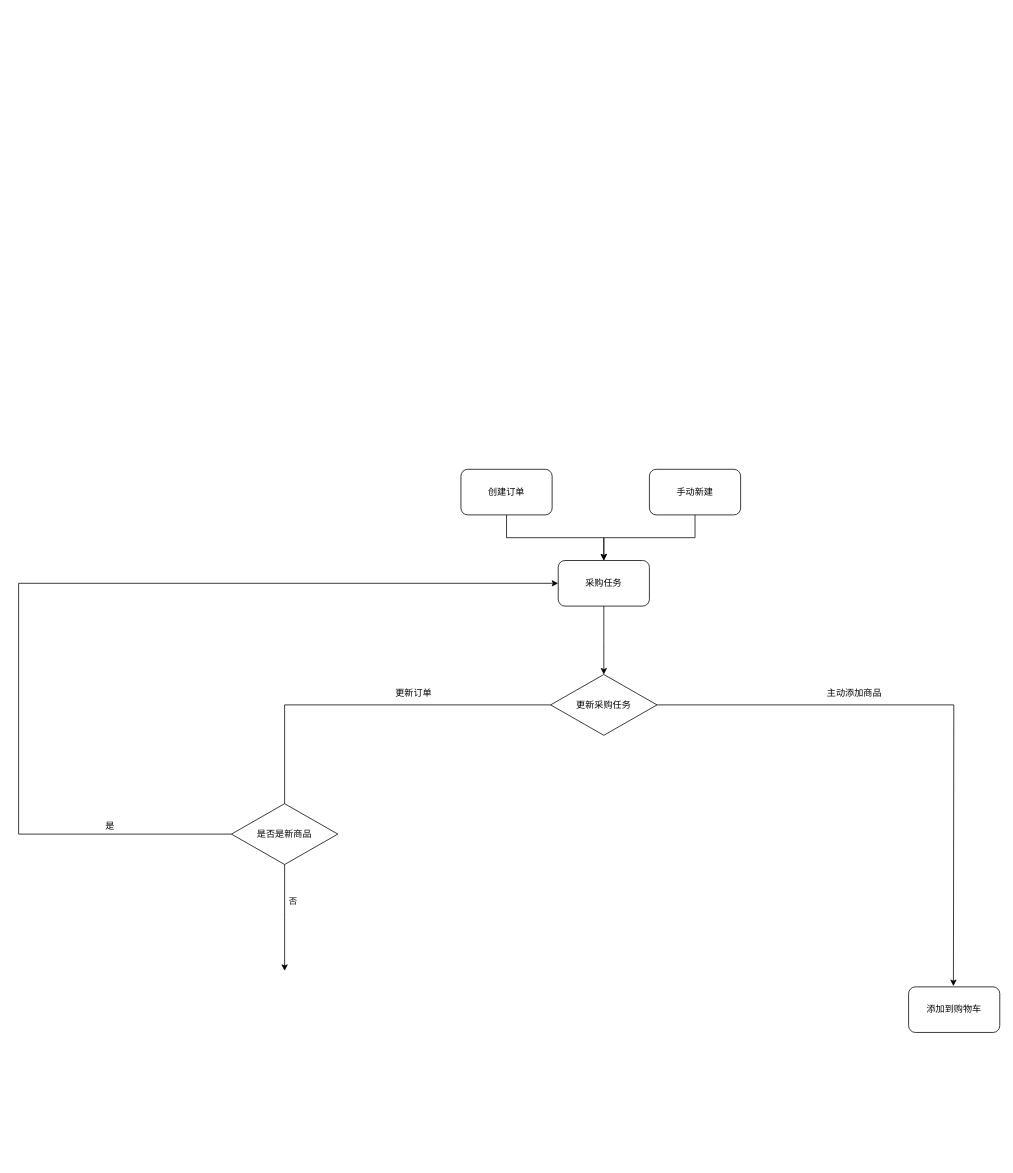
The draw.io diagram 轻巧版采购任务同步.drawio in pcorvoh/-warehouse, before the edit. Source tidied: cells renumbered, new cells numbered last; positions are measured from the earlier drawing's top-left corner, leaving out a move shared by most shapes. Both pictures are drawn from the tidied source at 76%, with x=0, y=0 at pixel (18, 469).
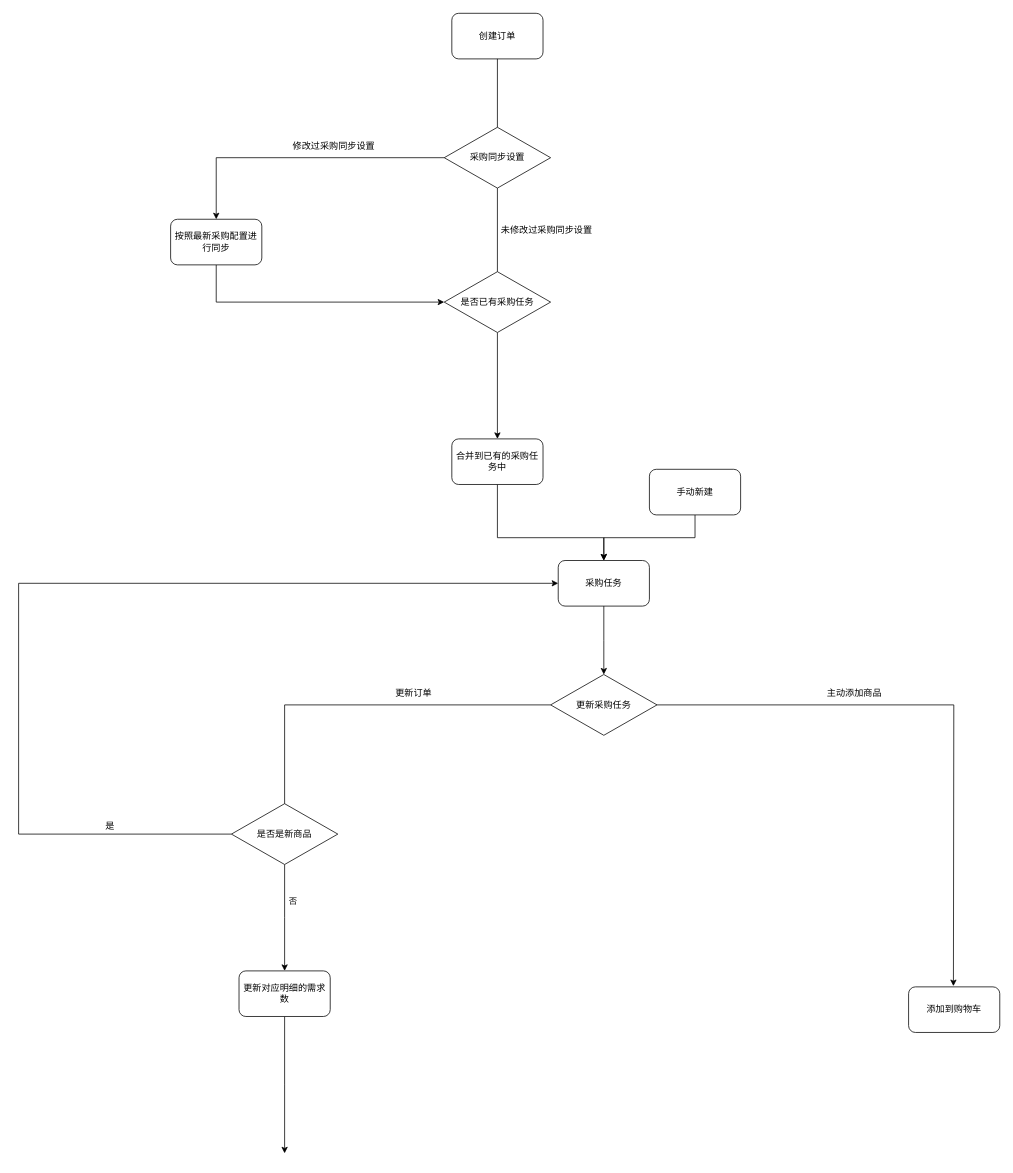
The same diagram, later.

Commit message:
更新轻巧版采购任务同步.drawio

The change refers to these unchanged cells:
```xml
<mxCell id="7" value="采购任务" style="rounded=1;whiteSpace=wrap;html=1;" parent="1" vertex="1">
  <mxGeometry x="710" y="120" width="120" height="60" as="geometry" />
</mxCell>
```

Change to the diagram source:
```diff
@@
-    <mxCell id="2" style="edgeStyle=orthogonalEdgeStyle;rounded=0;jettySize=auto;html=1;entryX=0.5;entryY=0;entryDx=0;entryDy=0;exitX=0.5;exitY=1;exitDx=0;exitDy=0;" parent="1" edge="1" source="3" target="7">
-      <mxGeometry relative="1" as="geometry" />
-    </mxCell>
     <mxCell id="3" value="创建订单" style="rounded=1;whiteSpace=wrap;html=1;" parent="1" vertex="1">
-      <mxGeometry x="582" width="120" height="60" as="geometry" />
+      <mxGeometry x="570" y="-600" width="120" height="60" as="geometry" />
     </mxCell>
@@
+    <mxCell id="19" style="edgeStyle=orthogonalEdgeStyle;rounded=0;jettySize=auto;html=1;" parent="1" edge="1" source="20">
+      <mxGeometry relative="1" as="geometry">
+        <mxPoint x="350" y="900" as="targetPoint" />
+      </mxGeometry>
+    </mxCell>
+    <mxCell id="20" value="更新对应明细的需求数" style="rounded=1;whiteSpace=wrap;html=1;" parent="1" vertex="1">
+      <mxGeometry x="290" y="660" width="120" height="60" as="geometry" />
+    </mxCell>
+    <mxCell id="21" style="edgeStyle=orthogonalEdgeStyle;rounded=0;jettySize=auto;html=1;entryX=0.5;entryY=0;entryDx=0;entryDy=0;" parent="1" edge="1" source="22" target="27">
+      <mxGeometry relative="1" as="geometry" />
+    </mxCell>
+    <mxCell id="22" value="采购同步设置" style="rhombus;whiteSpace=wrap;html=1;" parent="1" vertex="1">
+      <mxGeometry x="560" y="-450" width="140" height="80" as="geometry" />
+    </mxCell>
+    <mxCell id="23" style="edgeStyle=orthogonalEdgeStyle;rounded=0;jettySize=auto;html=1;entryX=0.5;entryY=0;entryDx=0;entryDy=0;exitX=0.5;exitY=1;exitDx=0;exitDy=0;endArrow=none;" parent="1" edge="1" source="3" target="22">
+      <mxGeometry relative="1" as="geometry" />
+    </mxCell>
+    <mxCell id="24" value="未修改过采购同步设置" style="text;html=1;strokeColor=none;fillColor=none;align=center;verticalAlign=middle;whiteSpace=wrap;rounded=0;" parent="1" vertex="1">
+      <mxGeometry x="630" y="-329" width="130" height="30" as="geometry" />
+    </mxCell>
+    <mxCell id="25" value="修改过采购同步设置" style="text;html=1;strokeColor=none;fillColor=none;align=center;verticalAlign=middle;whiteSpace=wrap;rounded=0;" parent="1" vertex="1">
+      <mxGeometry x="360" y="-440" width="110" height="30" as="geometry" />
+    </mxCell>
+    <mxCell id="26" style="edgeStyle=orthogonalEdgeStyle;rounded=0;jettySize=auto;html=1;entryX=0;entryY=0.5;entryDx=0;entryDy=0;" parent="1" edge="1" source="27" target="29">
+      <mxGeometry relative="1" as="geometry">
+        <Array as="points">
+          <mxPoint x="260" y="-220" />
+        </Array>
+      </mxGeometry>
+    </mxCell>
+    <mxCell id="27" value="按照最新采购配置进行同步" style="rounded=1;whiteSpace=wrap;html=1;" parent="1" vertex="1">
+      <mxGeometry x="200" y="-329" width="120" height="60" as="geometry" />
+    </mxCell>
+    <mxCell id="28" style="edgeStyle=orthogonalEdgeStyle;rounded=0;jettySize=auto;html=1;" parent="1" edge="1" source="29" target="32">
+      <mxGeometry relative="1" as="geometry" />
+    </mxCell>
+    <mxCell id="29" value="是否已有采购任务" style="rhombus;whiteSpace=wrap;html=1;" parent="1" vertex="1">
+      <mxGeometry x="560" y="-260" width="140" height="80" as="geometry" />
+    </mxCell>
+    <mxCell id="30" style="edgeStyle=orthogonalEdgeStyle;rounded=0;jettySize=auto;html=1;entryX=0.5;entryY=0;entryDx=0;entryDy=0;exitX=0.5;exitY=1;exitDx=0;exitDy=0;startArrow=none;endArrow=none;" parent="1" edge="1" source="22" target="29">
+      <mxGeometry relative="1" as="geometry" />
+    </mxCell>
+    <mxCell id="31" style="edgeStyle=orthogonalEdgeStyle;rounded=0;jettySize=auto;html=1;entryX=0.5;entryY=0;entryDx=0;entryDy=0;" parent="1" edge="1" source="32" target="7">
+      <mxGeometry relative="1" as="geometry">
+        <Array as="points">
+          <mxPoint x="630" y="90" />
+          <mxPoint x="770" y="90" />
+        </Array>
+      </mxGeometry>
+    </mxCell>
+    <mxCell id="32" value="合并到已有的采购任务中" style="rounded=1;whiteSpace=wrap;html=1;" parent="1" vertex="1">
+      <mxGeometry x="570" y="-40" width="120" height="60" as="geometry" />
+    </mxCell>
```
